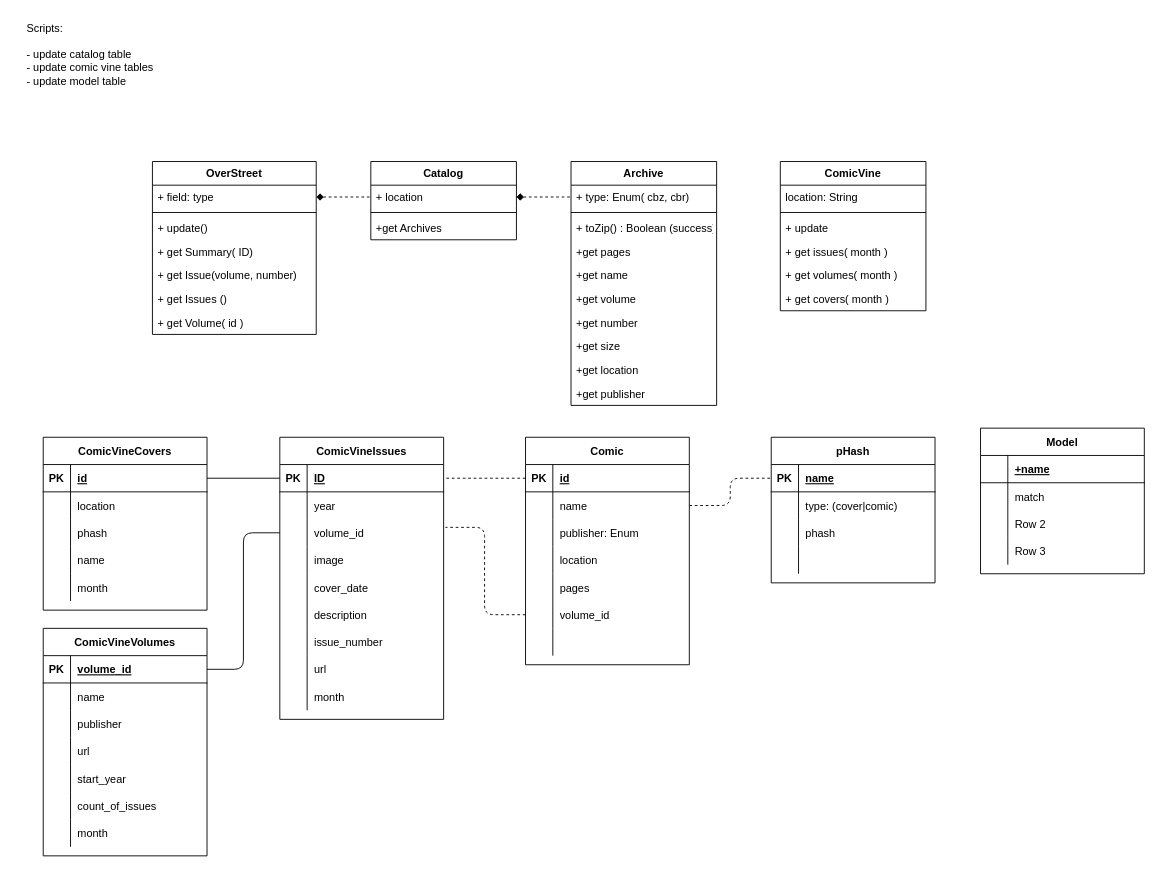
The draw.io diagram longbox.drawio in jdbennet2001/draw.io, before the edit. Source tidied: cells renumbered, new cells numbered last; positions are measured from the earlier drawing's top-left corner, leaving out a move shared by most shapes. Both pictures are drawn from the tidied source at 91%, with x=0, y=0 at pixel (25, 15).
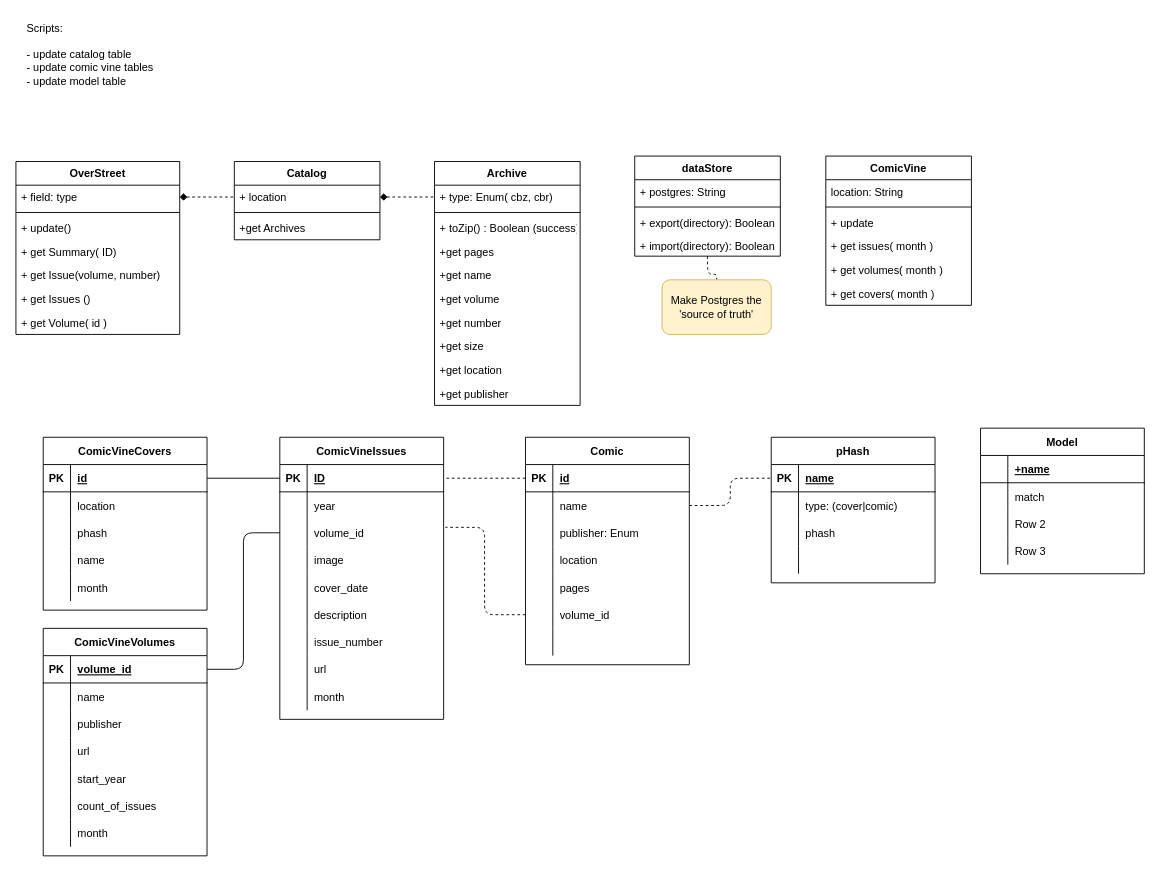
After the change.

Diff of the diagram source:
```diff
@@
     <mxCell id="94" value="ComicVine" style="swimlane;fontStyle=1;align=center;verticalAlign=top;horizontal=1;startSize=26;" parent="1" vertex="1">
-      <mxGeometry x="830" y="160" width="160" height="164" as="geometry" />
+      <mxGeometry x="880" y="154" width="160" height="164" as="geometry" />
     </mxCell>
@@
     <mxCell id="101" value="Archive" style="swimlane;fontStyle=1;align=center;verticalAlign=top;horizontal=1;startSize=26;" parent="1" vertex="1">
-      <mxGeometry x="600" y="160" width="160" height="268" as="geometry" />
+      <mxGeometry x="450" y="160" width="160" height="268" as="geometry" />
     </mxCell>
@@
     <mxCell id="112" value="OverStreet" style="swimlane;fontStyle=1;align=center;verticalAlign=top;horizontal=1;startSize=26;" parent="1" vertex="1">
-      <mxGeometry x="140" y="160" width="180" height="190" as="geometry" />
+      <mxGeometry x="-10" y="160" width="180" height="190" as="geometry" />
     </mxCell>
@@
     <mxCell id="120" value="Catalog" style="swimlane;fontStyle=1;align=center;verticalAlign=top;horizontal=1;startSize=26;" parent="1" vertex="1">
-      <mxGeometry x="380" y="160" width="160" height="86" as="geometry" />
+      <mxGeometry x="230" y="160" width="160" height="86" as="geometry" />
     </mxCell>
@@
+    <mxCell id="154" style="edgeStyle=orthogonalEdgeStyle;rounded=1;jettySize=auto;html=1;entryX=0.5;entryY=0;entryDx=0;entryDy=0;dashed=1;startArrow=none;startFill=0;endArrow=none;endFill=0;" parent="1" edge="1" source="155" target="160">
+      <mxGeometry relative="1" as="geometry" />
+    </mxCell>
+    <mxCell id="155" value="dataStore" style="swimlane;fontStyle=1;align=center;verticalAlign=top;horizontal=1;startSize=26;" parent="1" vertex="1">
+      <mxGeometry x="670" y="154" width="160" height="110" as="geometry" />
+    </mxCell>
+    <mxCell id="156" value="+ postgres: String" style="text;strokeColor=none;fillColor=none;align=left;verticalAlign=top;spacingLeft=4;spacingRight=4;overflow=hidden;" parent="155" vertex="1">
+      <mxGeometry y="26" width="160" height="26" as="geometry" />
+    </mxCell>
+    <mxCell id="157" style="line;strokeWidth=1;fillColor=none;align=left;verticalAlign=middle;spacingTop=-1;spacingLeft=3;spacingRight=3;labelPosition=right;" parent="155" vertex="1">
+      <mxGeometry y="52" width="160" height="8" as="geometry" />
+    </mxCell>
+    <mxCell id="158" value="+ export(directory): Boolean&#10;" style="text;strokeColor=none;fillColor=none;align=left;verticalAlign=top;spacingLeft=4;spacingRight=4;overflow=hidden;" parent="155" vertex="1">
+      <mxGeometry y="60" width="160" height="26" as="geometry" />
+    </mxCell>
+    <mxCell id="159" value="+ import(directory): Boolean&#10;" style="text;strokeColor=none;fillColor=none;align=left;verticalAlign=top;spacingLeft=4;spacingRight=4;overflow=hidden;" parent="155" vertex="1">
+      <mxGeometry y="86" width="160" height="24" as="geometry" />
+    </mxCell>
+    <mxCell id="160" value="Make Postgres the 'source of truth'" style="rounded=1;whiteSpace=wrap;html=1;align=center;fillColor=#fff2cc;strokeColor=#d6b656;" parent="1" vertex="1">
+      <mxGeometry x="700" y="290" width="120" height="60" as="geometry" />
+    </mxCell>
```
